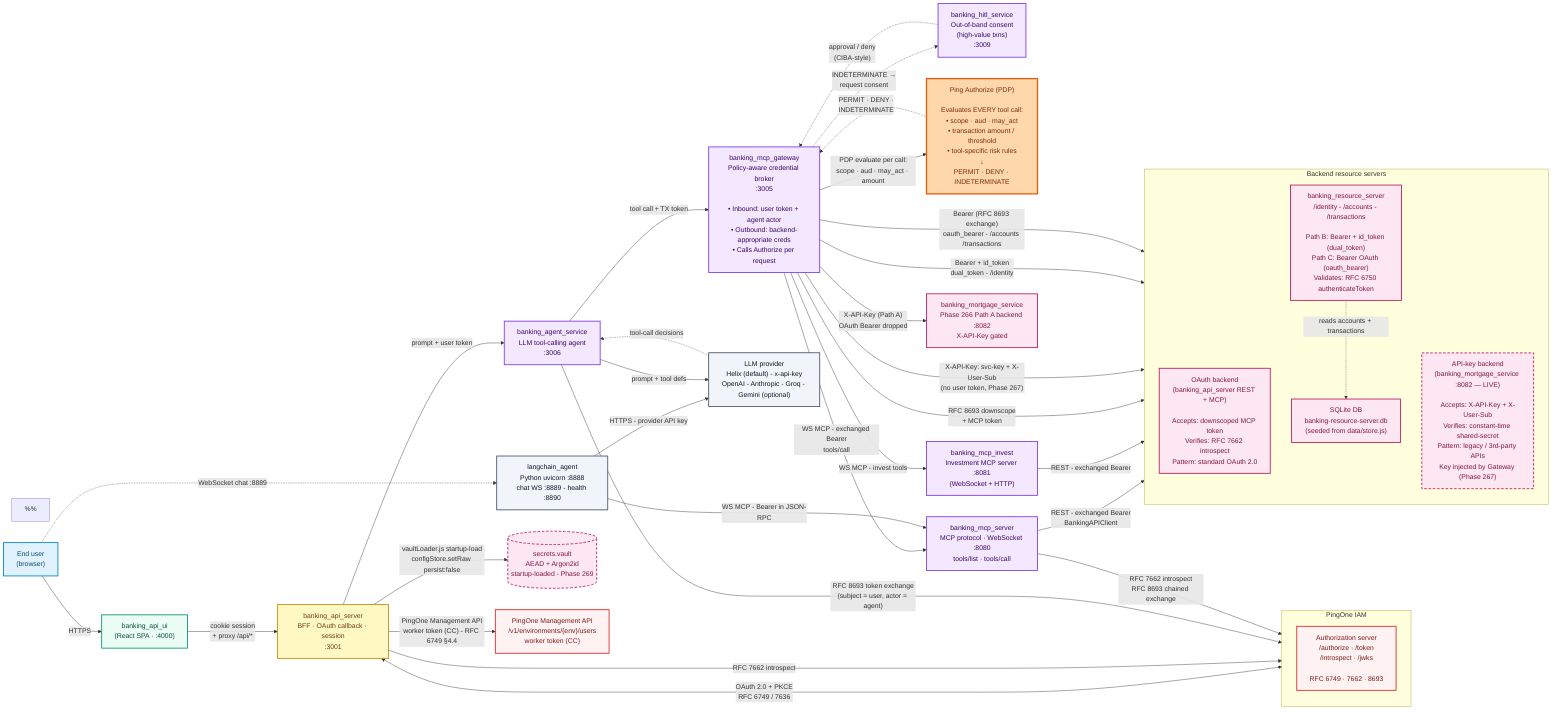
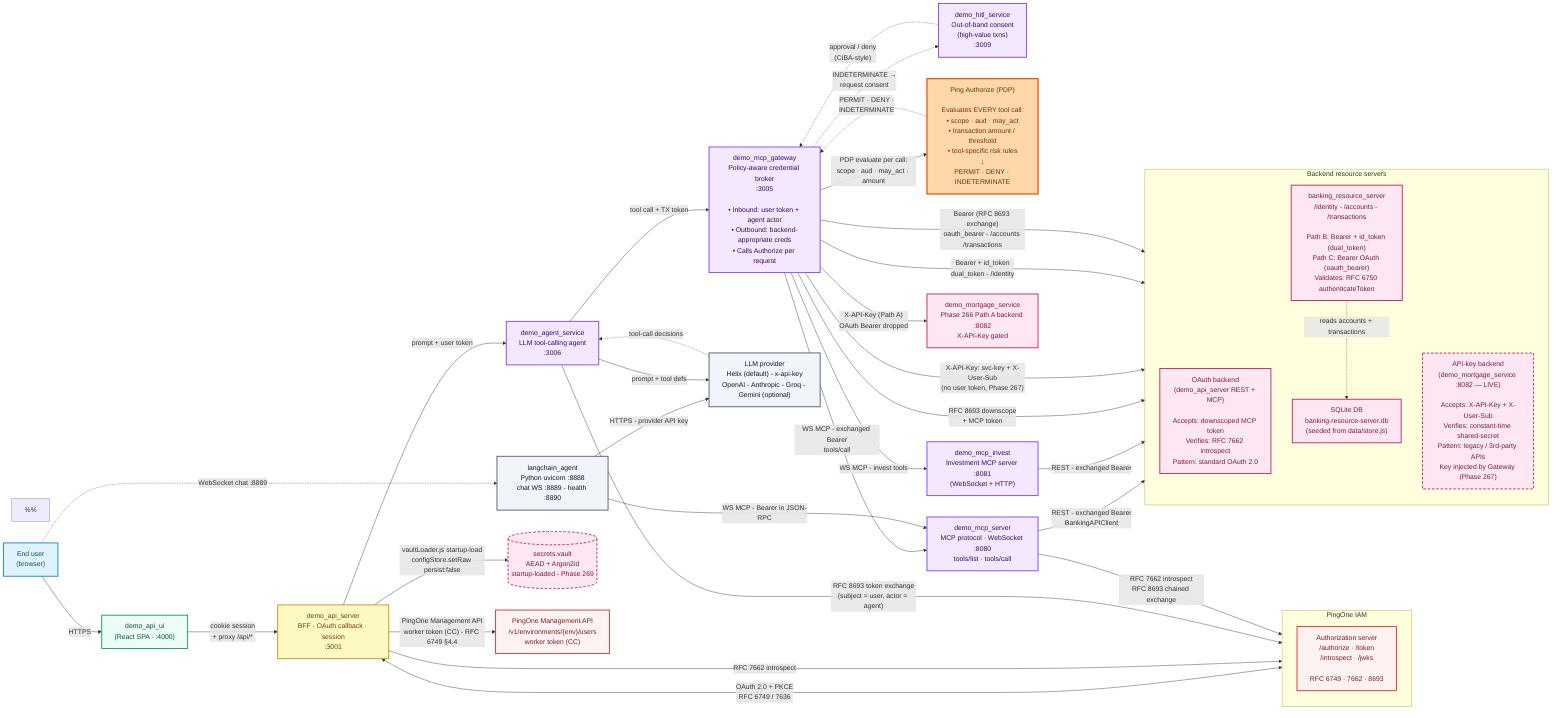
flowchart LR

    %% title: Banking Demo — Architecture (clean view)
    %% Simplified architecture diagram for /architecture/overview.
    %%
    %% Two notable layout decisions:
    %%
    %%   1. Ping Authorize is its OWN column between the Gateway and the
    %%      backends, not buried inside the PingOne cloud subgraph. Every
    %%      tool call is evaluated by Authorize, and the picture should
    %%      make that gate visible.
    %%
    %%   2. There are TWO backends on the far right:
-     %%        - OAuth backend (current banking_api_server): forward the
+     %%        - OAuth backend (current demo_api_server): forward the
    %%          downscoped MCP token, backend introspects.
-     %%        - API-key backend (LIVE, Phase 267 — banking_mortgage_service
+     %%        - API-key backend (LIVE, Phase 267 — demo_mortgage_service
    %%          :8082): Gateway swaps in a service API key + X-User-Sub when
    %%          calling — backend never sees a user token. Drawn solid: this
    %%          path is wired end-to-end today.
    %%
    %% Regenerate the PNG with:
    %%   npm run build:diagrams -- overview
    %% or from the UI: /architecture/system → Regenerate this one (overview)

    %% ── Actors (browser side) ───────────────────────────────────────────
    User["End user<br/>(browser)"]

    %% ── Frontend ─────────────────────────────────────────────────────────
-     UI["banking_api_ui<br/>(React SPA · :4000)"]
+     UI["demo_api_ui<br/>(React SPA · :4000)"]

    %% ── BFF ──────────────────────────────────────────────────────────────
-     BFF["banking_api_server<br/>BFF · OAuth callback · session<br/>:3001"]
+     BFF["demo_api_server<br/>BFF · OAuth callback · session<br/>:3001"]

    %% ── Agent service ───────────────────────────────────────────────────
-     Agent["banking_agent_service<br/>LLM tool-calling agent<br/>:3006"]
+     Agent["demo_agent_service<br/>LLM tool-calling agent<br/>:3006"]

    %% ── Policy-aware gateway (the credential broker) ───────────────────
-     Gateway["banking_mcp_gateway<br/>Policy-aware credential broker<br/>:3005<br/><br/>• Inbound: user token + agent actor<br/>• Outbound: backend-appropriate creds<br/>• Calls Authorize per request"]
+     Gateway["demo_mcp_gateway<br/>Policy-aware credential broker<br/>:3005<br/><br/>• Inbound: user token + agent actor<br/>• Outbound: backend-appropriate creds<br/>• Calls Authorize per request"]

    %% ── Human-in-the-loop (out-of-band consent) ────────────────────────
-     HITL["banking_hitl_service<br/>Out-of-band consent<br/>(high-value txns)<br/>:3009"]
+     HITL["demo_hitl_service<br/>Out-of-band consent<br/>(high-value txns)<br/>:3009"]

    %% ── Ping Authorize: dedicated column for the policy gate ──────────
    Authorize["Ping Authorize (PDP)<br/><br/>Evaluates EVERY tool call:<br/>• scope · aud · may_act<br/>• transaction amount / threshold<br/>• tool-specific risk rules<br/>↓<br/>PERMIT · DENY · INDETERMINATE"]

    %% ── Additional Node services (Phase 270 audit) ─────────────────────
-     MCPServer["banking_mcp_server<br/>MCP protocol · WebSocket :8080<br/>tools/list · tools/call"]
-     MCPInvest["banking_mcp_invest<br/>Investment MCP server :8081<br/>(WebSocket + HTTP)"]
-     Mortgage["banking_mortgage_service<br/>Phase 266 Path A backend :8082<br/>X-API-Key gated"]
+     MCPServer["demo_mcp_server<br/>MCP protocol · WebSocket :8080<br/>tools/list · tools/call"]
+     MCPInvest["demo_mcp_invest<br/>Investment MCP server :8081<br/>(WebSocket + HTTP)"]
+     Mortgage["demo_mortgage_service<br/>Phase 266 Path A backend :8082<br/>X-API-Key gated"]
    LangChain["langchain_agent<br/>Python uvicorn :8888<br/>chat WS :8889 - health :8890"]
    Vault[("secrets.vault<br/>AEAD + Argon2id<br/>startup-loaded - Phase 269")]
    MgmtAPI["PingOne Management API<br/>/v1/environments/{env}/users<br/>worker token (CC)"]

    %% Phase 266 R2: three credential paths from the Gateway.
-     %% Path A (api_key): RFC 6750 bearer dropped; X-API-Key + X-User-Sub injected; Gateway calls banking_mortgage_service :8082 (Phase 267, live).
+     %% Path A (api_key): RFC 6750 bearer dropped; X-API-Key + X-User-Sub injected; Gateway calls demo_mortgage_service :8082 (Phase 267, live).
    %% Path B (dual_token): Bearer + id_token forwarded to banking_resource_server /identity. RFC 8693 + RFC 8707 audience binding.
    %% Path C (oauth_bearer): RFC 8693 exchange, Bearer (new aud) to banking_resource_server /accounts /transactions.
    %% Paths B and C both terminate at the same banking_resource_server node at different routes.

    %% ── Two backends on the far right ─────────────────────────────────
    subgraph Backends["Backend resource servers"]
      direction TB
-       OAuthRS["OAuth backend<br/>(banking_api_server REST + MCP)<br/><br/>Accepts: downscoped MCP token<br/>Verifies: RFC 7662 introspect<br/>Pattern: standard OAuth 2.0"]
-       APIKeyRS["API-key backend<br/>(banking_mortgage_service :8082 — LIVE)<br/><br/>Accepts: X-API-Key + X-User-Sub<br/>Verifies: constant-time shared-secret<br/>Pattern: legacy / 3rd-party APIs<br/>Key injected by Gateway (Phase 267)"]
+       OAuthRS["OAuth backend<br/>(demo_api_server REST + MCP)<br/><br/>Accepts: downscoped MCP token<br/>Verifies: RFC 7662 introspect<br/>Pattern: standard OAuth 2.0"]
+       APIKeyRS["API-key backend<br/>(demo_mortgage_service :8082 — LIVE)<br/><br/>Accepts: X-API-Key + X-User-Sub<br/>Verifies: constant-time shared-secret<br/>Pattern: legacy / 3rd-party APIs<br/>Key injected by Gateway (Phase 267)"]
      BankingRS["banking_resource_server<br/>/identity - /accounts - /transactions<br/><br/>Path B: Bearer + id_token (dual_token)<br/>Path C: Bearer OAuth (oauth_bearer)<br/>Validates: RFC 6750 authenticateToken"]
      SQLite["SQLite DB<br/>banking-resource-server.db<br/>(seeded from data/store.js)"]
    end

    %% ── PingOne IAM (auth server) ───────────────────────────────────────
    subgraph PingOne["PingOne IAM"]
      direction TB
      AS["Authorization server<br/>/authorize · /token<br/>/introspect · /jwks<br/><br/>RFC 6749 · 7662 · 8693"]
    end

    %% ── Optional LLMs ───────────────────────────────────────────────────
    LLM["LLM provider<br/>Helix (default) - x-api-key<br/>OpenAI - Anthropic - Groq - Gemini (optional)"]

    %% ── Flow: browser → SPA → BFF ──────────────────────────────────────
    User -->|HTTPS| UI
    UI -->|cookie session<br/>+ proxy /api/*| BFF

    %% ── BFF ↔ PingOne (OAuth handshakes) ───────────────────────────────
    BFF <-->|"OAuth 2.0 + PKCE<br/>RFC 6749 / 7636"| AS
    BFF -->|"RFC 7662 introspect"| AS

    %% ── Agent flow ─────────────────────────────────────────────────────
    BFF -->|"prompt + user token"| Agent
    Agent -->|"RFC 8693 token exchange<br/>(subject = user, actor = agent)"| AS
    Agent -->|"tool call + TX token"| Gateway

    %% ── Phase 270: edges for newly-named services ─────────────────────
    Gateway -->|"WS MCP - exchanged Bearer<br/>tools/call"| MCPServer
    Gateway -->|"WS MCP - invest tools"| MCPInvest
    Gateway -->|"X-API-Key (Path A)<br/>OAuth Bearer dropped"| Mortgage
    MCPServer -->|"REST - exchanged Bearer<br/>BankingAPIClient"| OAuthRS
    MCPServer -->|"RFC 7662 introspect<br/>RFC 8693 chained exchange"| AS
    MCPInvest -->|"REST - exchanged Bearer"| OAuthRS
    BFF -->|"PingOne Management API<br/>worker token (CC) - RFC 6749 §4.4"| MgmtAPI
    BFF -->|"vaultLoader.js startup-load<br/>configStore.setRaw persist:false"| Vault
    LangChain -->|"WS MCP - Bearer in JSON-RPC"| MCPServer
    LangChain -->|"HTTPS - provider API key"| LLM
    User -.->|"WebSocket chat :8889"| LangChain

    %% ── Gateway is the policy gate AND the credential broker ──────────
    Gateway -->|"PDP evaluate per call:<br/>scope · aud · may_act · amount"| Authorize
    Authorize -.->|"PERMIT · DENY ·<br/>INDETERMINATE"| Gateway

    %% ── Permitted → forwarded with the RIGHT credential per backend ───
    Gateway -->|"RFC 8693 downscope<br/>+ MCP token"| OAuthRS
    Gateway -->|"X-API-Key: svc-key + X-User-Sub<br/>(no user token, Phase 267)"| APIKeyRS

    %% Phase 266 R2: Path B and Path C both reach banking_resource_server
    Gateway -->|"Bearer + id_token<br/>dual_token - /identity"| BankingRS
    Gateway -->|"Bearer (RFC 8693 exchange)<br/>oauth_bearer - /accounts /transactions"| BankingRS
    BankingRS -.->|"reads accounts + transactions"| SQLite

    %% ── INDETERMINATE → HITL out-of-band consent ──────────────────────
    Gateway -.->|"INDETERMINATE →<br/>request consent"| HITL
    HITL -.->|"approval / deny<br/>(CIBA-style)"| Gateway

    %% ── Agent talks to the LLM for tool-call decisions ────────────────
    Agent -->|"prompt + tool defs"| LLM
    LLM -.->|"tool-call decisions"| Agent

    %% ── Styling: one colour per tier so layers read at a glance ──────
    classDef user      fill:#e0f2fe,stroke:#0284c7,color:#0c4a6e,stroke-width:2px
    classDef frontend  fill:#ecfdf5,stroke:#059669,color:#064e3b,stroke-width:2px
    classDef bff       fill:#fef9c3,stroke:#ca8a04,color:#713f12,stroke-width:2px
    classDef tool      fill:#f3e8ff,stroke:#7c3aed,color:#3b0764,stroke-width:2px
    classDef authorize fill:#fed7aa,stroke:#ea580c,color:#7c2d12,stroke-width:3px
    classDef backend   fill:#fce7f3,stroke:#be185d,color:#831843,stroke-width:2px
    classDef planned   fill:#fce7f3,stroke:#be185d,color:#831843,stroke-width:2px,stroke-dasharray: 6 4
    classDef cloud     fill:#fef2f2,stroke:#dc2626,color:#7f1d1d,stroke-width:2px
    classDef external  fill:#f1f5f9,stroke:#475569,color:#0f172a,stroke-width:2px

    class User user
    class UI frontend
    class BFF bff
    class Agent,Gateway,HITL tool
    class Authorize authorize
    class OAuthRS backend
    class APIKeyRS planned
    class BankingRS backend
    class SQLite backend
    class AS cloud
    class LLM external
    class MCPServer,MCPInvest tool
    class Mortgage backend
    class MgmtAPI cloud
    class LangChain external
    class Vault planned
